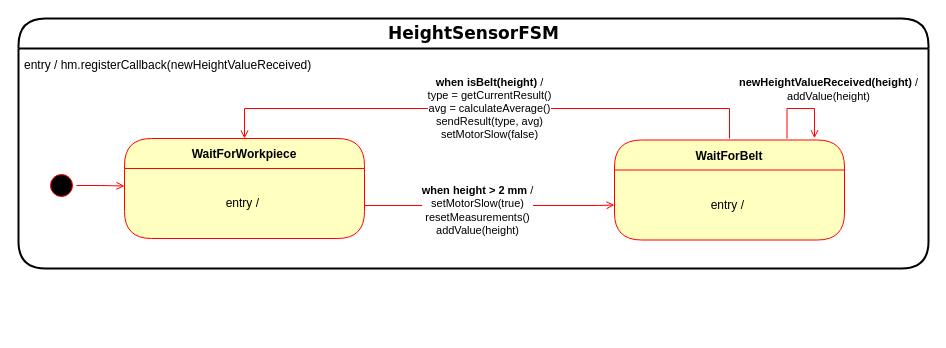
The draw.io diagram page "height" (4 of 7) of docs/diagrams/fsm/state_machines.drawio in u2knwy/ESEP-2023SoSe-Team-2-1, before the edit. Source tidied: cells renumbered, new cells numbered last; positions are measured from the earlier drawing's top-left corner, leaving out a move shared by most shapes. Both pictures are drawn from the tidied source at 100%, with x=0, y=0 at pixel (18, 18).
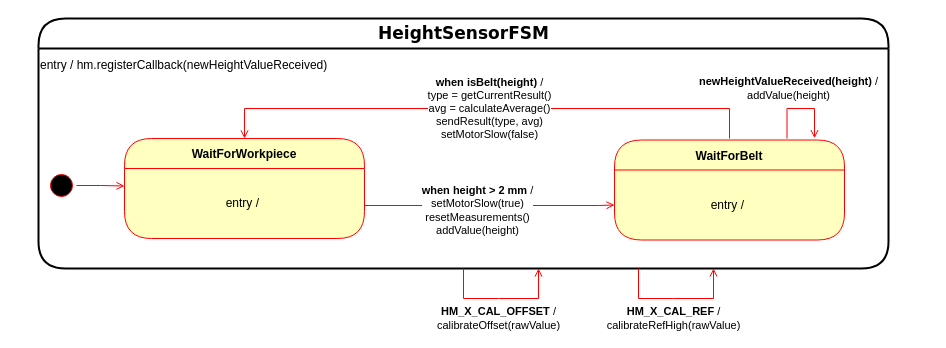
Above is the later version.

What changed in the source:
```diff
@@
     <mxCell id="2" value="&lt;font face=&quot;Verdana&quot; style=&quot;font-size: 17px&quot;&gt;HeightSensorFSM&lt;/font&gt;" style="swimlane;html=1;fontStyle=1;align=center;verticalAlign=middle;horizontal=1;startSize=30;fontColor=#000000;rounded=1;arcSize=30;strokeColor=#000000;swimlaneFillColor=#FFFFFF;fillColor=#FFFFFF;strokeWidth=2;" parent="1" vertex="1">
-      <mxGeometry width="910" height="250" as="geometry" />
+      <mxGeometry x="20" width="850" height="250" as="geometry" />
     </mxCell>
@@
     <mxCell id="9" value="&lt;b style=&quot;border-color: var(--border-color);&quot;&gt;newHeightValueReceived(height)&lt;/b&gt;&amp;nbsp;/&lt;br style=&quot;border-color: var(--border-color);&quot;&gt;addValue(height)" style="edgeStyle=orthogonalEdgeStyle;rounded=0;orthogonalLoop=1;jettySize=auto;html=1;exitX=0.75;exitY=0;exitDx=0;exitDy=0;strokeColor=#FF0000;endArrow=open;endFill=0;" parent="1" edge="1">
-      <mxGeometry x="0.32" y="24" relative="1" as="geometry">
+      <mxGeometry x="-0.28" y="20" relative="1" as="geometry">
         <mxPoint x="768.5" y="120" as="sourcePoint" />
         <mxPoint x="796" y="119.7" as="targetPoint" />
         <Array as="points">
           <mxPoint x="769" y="90" />
           <mxPoint x="796" y="90" />
         </Array>
-        <mxPoint x="-10" y="-20" as="offset" />
       </mxGeometry>
     </mxCell>
     <mxCell id="10" value="entry / hm.registerCallback(newHeightValueReceived)" style="text;html=1;strokeColor=none;fillColor=none;align=left;verticalAlign=middle;whiteSpace=wrap;rounded=0;" parent="1" vertex="1">
-      <mxGeometry x="4" y="34" width="300" height="26" as="geometry" />
+      <mxGeometry x="20" y="34" width="300" height="26" as="geometry" />
     </mxCell>
@@
+    <mxCell id="13" value="&lt;b&gt;HM_X_CAL_OFFSET&lt;/b&gt; / &lt;br&gt;calibrateOffset(rawValue)" style="endArrow=open;html=1;rounded=0;exitX=0.5;exitY=1;exitDx=0;exitDy=0;endFill=0;strokeColor=#FF0000;" parent="1" edge="1" source="2">
+      <mxGeometry x="-0.04" y="-20" relative="1" as="geometry">
+        <mxPoint x="520" y="250" as="targetPoint" />
+        <Array as="points">
+          <mxPoint x="445" y="280" />
+          <mxPoint x="480" y="280" />
+          <mxPoint x="520" y="280" />
+        </Array>
+      </mxGeometry>
+    </mxCell>
+    <mxCell id="14" value="&lt;b&gt;HM_X_CAL_REF&lt;/b&gt; / &lt;br&gt;calibrateRefHigh(rawValue)" style="endArrow=open;html=1;rounded=0;exitX=0.5;exitY=1;exitDx=0;exitDy=0;endFill=0;strokeColor=#FF0000;" parent="1" edge="1">
+      <mxGeometry x="-0.04" y="-20" relative="1" as="geometry">
+        <mxPoint x="620" y="250" as="sourcePoint" />
+        <mxPoint x="695" y="250" as="targetPoint" />
+        <Array as="points">
+          <mxPoint x="620" y="280" />
+          <mxPoint x="655" y="280" />
+          <mxPoint x="695" y="280" />
+        </Array>
+      </mxGeometry>
+    </mxCell>
```
